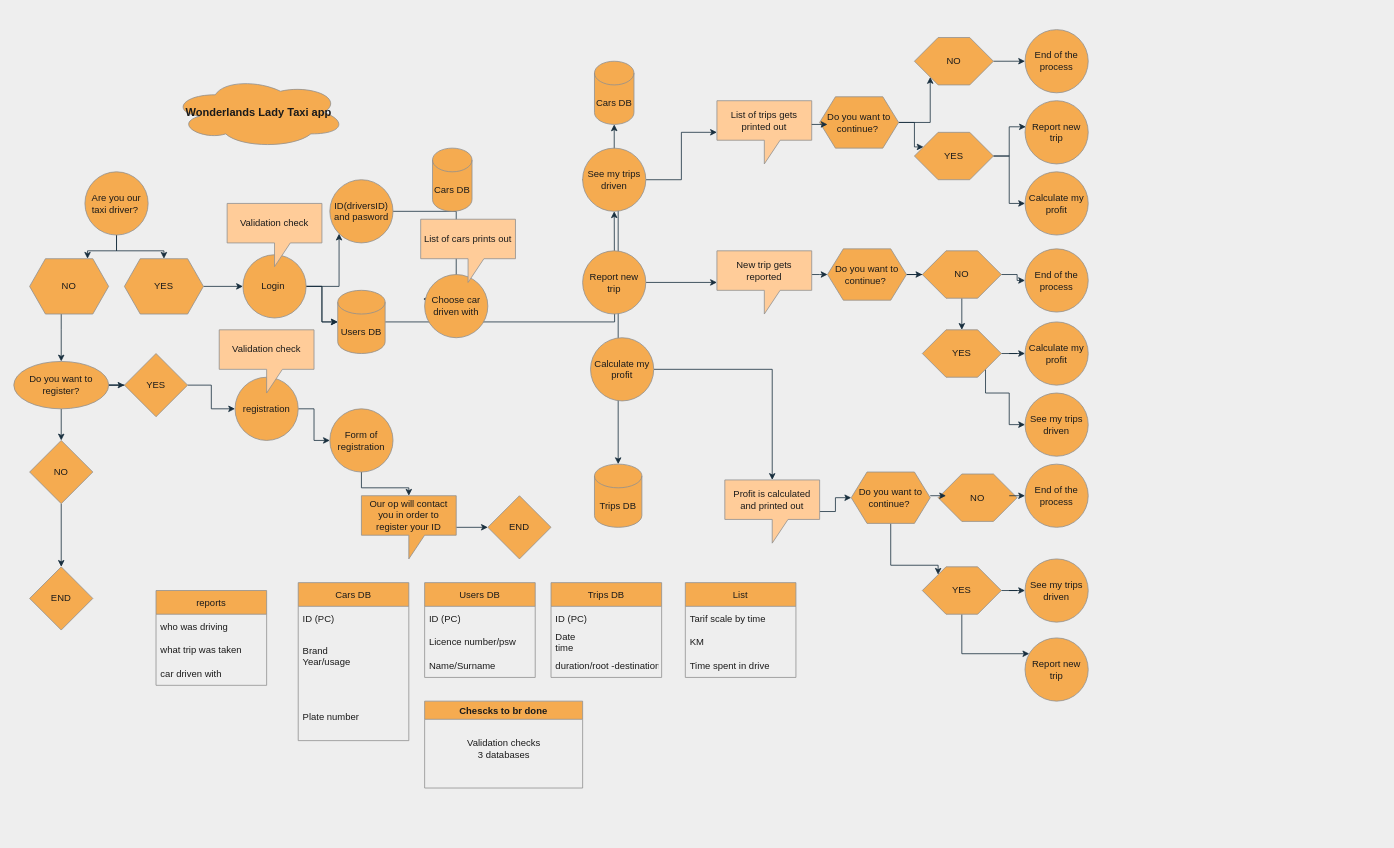
Energotika/SGT31 keeps this draw.io diagram as Untitled Diagram.drawio. Above is the earlier version. Source tidied: cells renumbered, new cells numbered last; positions are measured from the earlier drawing's top-left corner, leaving out a move shared by most shapes. Both pictures are drawn from the tidied source at 79%, with x=0, y=0 at pixel (13, 29).
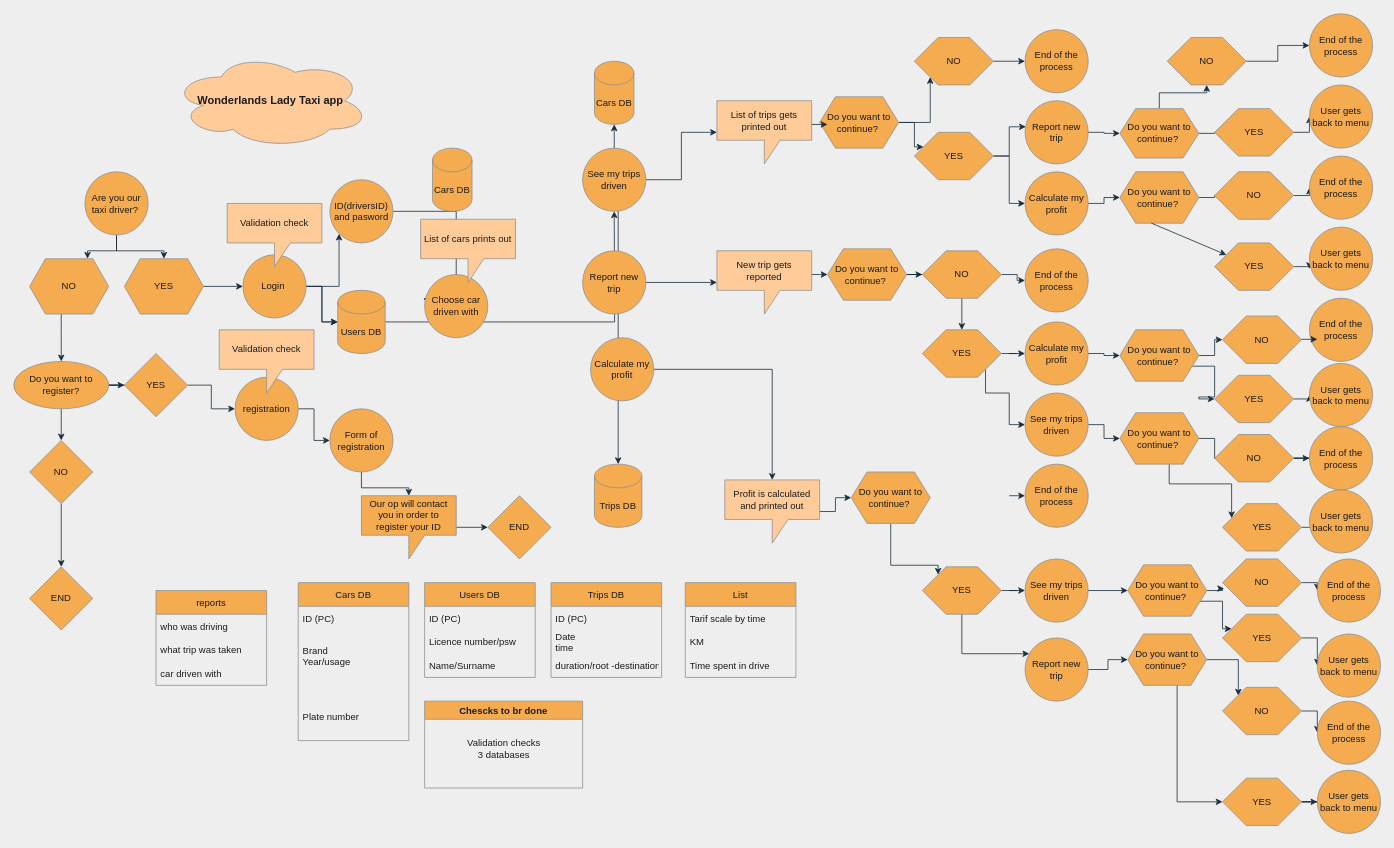
Above is the later version.

The change refers to these unchanged cells:
```xml
<mxCell id="82" value="Report new trip" style="ellipse;whiteSpace=wrap;html=1;strokeColor=#909090;fontColor=#1A1A1A;fillColor=#F5AB50;" parent="1" vertex="1">
  <mxGeometry x="1280" y="90" width="80" height="80" as="geometry" />
</mxCell>
<mxCell id="83" value="Calculate my profit" style="ellipse;whiteSpace=wrap;html=1;strokeColor=#909090;fontColor=#1A1A1A;fillColor=#F5AB50;" parent="1" vertex="1">
  <mxGeometry x="1280" y="180" width="80" height="80" as="geometry" />
</mxCell>
<mxCell id="94" value="Calculate my profit" style="ellipse;whiteSpace=wrap;html=1;strokeColor=#909090;fontColor=#1A1A1A;fillColor=#F5AB50;" parent="1" vertex="1">
  <mxGeometry x="1280" y="370" width="80" height="80" as="geometry" />
</mxCell>
<mxCell id="95" value="See my trips driven" style="ellipse;whiteSpace=wrap;html=1;strokeColor=#909090;fontColor=#1A1A1A;fillColor=#F5AB50;" parent="1" vertex="1">
  <mxGeometry x="1280" y="460" width="80" height="80" as="geometry" />
</mxCell>
<mxCell id="101" value="See my trips driven" style="ellipse;whiteSpace=wrap;html=1;strokeColor=#909090;fontColor=#1A1A1A;fillColor=#F5AB50;" parent="1" vertex="1">
  <mxGeometry x="1280" y="670" width="80" height="80" as="geometry" />
</mxCell>
<mxCell id="102" value="Report new trip" style="ellipse;whiteSpace=wrap;html=1;strokeColor=#909090;fontColor=#1A1A1A;fillColor=#F5AB50;" parent="1" vertex="1">
  <mxGeometry x="1280" y="770" width="80" height="80" as="geometry" />
</mxCell>
```

Diff of the diagram source:
```diff
@@
-    <mxCell id="52" value="&lt;b&gt;&lt;font style=&quot;font-size: 14px;&quot;&gt;Wonderlands Lady Taxi app&lt;/font&gt;&lt;/b&gt;" style="ellipse;shape=cloud;whiteSpace=wrap;html=1;fillColor=#F5AB50;strokeColor=#909090;fontColor=#1A1A1A;" parent="1" vertex="1">
-      <mxGeometry x="200" y="60" width="220" height="90" as="geometry" />
+    <mxCell id="52" value="&lt;b&gt;&lt;font style=&quot;font-size: 14px;&quot;&gt;Wonderlands Lady Taxi app&lt;/font&gt;&lt;/b&gt;" style="ellipse;shape=cloud;whiteSpace=wrap;html=1;fillColor=#FFCC99;strokeColor=#909090;fontColor=#1A1A1A;" parent="1" vertex="1">
+      <mxGeometry x="200" y="30" width="250" height="120" as="geometry" />
     </mxCell>
@@
+    <mxCell id="109" style="edgeStyle=orthogonalEdgeStyle;rounded=0;jettySize=auto;html=1;strokeColor=#182E3E;fontColor=#1A1A1A;" parent="1" edge="1" source="82" target="117">
+      <mxGeometry relative="1" as="geometry" />
+    </mxCell>
@@
+    <mxCell id="110" style="edgeStyle=orthogonalEdgeStyle;rounded=0;jettySize=auto;html=1;strokeColor=#182E3E;fontColor=#1A1A1A;" parent="1" edge="1" source="83" target="125">
+      <mxGeometry relative="1" as="geometry" />
+    </mxCell>
@@
+    <mxCell id="111" style="edgeStyle=orthogonalEdgeStyle;rounded=0;jettySize=auto;html=1;strokeColor=#182E3E;fontColor=#1A1A1A;" parent="1" edge="1" source="94" target="134">
+      <mxGeometry relative="1" as="geometry" />
+    </mxCell>
@@
+    <mxCell id="112" style="edgeStyle=orthogonalEdgeStyle;rounded=0;jettySize=auto;html=1;strokeColor=#182E3E;fontColor=#1A1A1A;" parent="1" edge="1" source="95" target="137">
+      <mxGeometry relative="1" as="geometry" />
+    </mxCell>
@@
-    <mxCell id="96" value="NO" style="shape=hexagon;perimeter=hexagonPerimeter2;whiteSpace=wrap;html=1;fixedSize=1;strokeColor=#909090;fontColor=#1A1A1A;fillColor=#F5AB50;size=30;" parent="1" vertex="1">
-      <mxGeometry x="1170" y="562.5" width="100" height="60" as="geometry" />
-    </mxCell>
@@
+    <mxCell id="113" style="edgeStyle=orthogonalEdgeStyle;rounded=0;jettySize=auto;html=1;strokeColor=#182E3E;fontColor=#1A1A1A;" parent="1" edge="1" source="101" target="140">
+      <mxGeometry relative="1" as="geometry" />
+    </mxCell>
@@
+    <mxCell id="114" style="edgeStyle=orthogonalEdgeStyle;rounded=0;jettySize=auto;html=1;strokeColor=#182E3E;fontColor=#1A1A1A;" parent="1" edge="1" source="102" target="143">
+      <mxGeometry relative="1" as="geometry" />
+    </mxCell>
@@
-    <mxCell id="107" style="endArrow=classic;html=1;rounded=0;strokeColor=#182E3E;fontColor=#1A1A1A;entryX=0.1;entryY=0.458;entryDx=0;entryDy=0;entryPerimeter=0;" parent="1" edge="1" target="96">
-      <mxGeometry relative="1" as="geometry">
-        <mxPoint x="1160" y="590" as="sourcePoint" />
-      </mxGeometry>
-    </mxCell>
@@
+    <mxCell id="115" style="edgeStyle=orthogonalEdgeStyle;rounded=0;jettySize=auto;html=1;strokeColor=#182E3E;fontColor=#1A1A1A;" parent="1" edge="1" source="117" target="120">
+      <mxGeometry relative="1" as="geometry" />
+    </mxCell>
+    <mxCell id="116" style="edgeStyle=orthogonalEdgeStyle;rounded=0;jettySize=auto;html=1;strokeColor=#182E3E;fontColor=#1A1A1A;" parent="1" edge="1" source="117" target="122">
+      <mxGeometry relative="1" as="geometry" />
+    </mxCell>
+    <mxCell id="117" value="Do you want to continue?&amp;nbsp;" style="shape=hexagon;perimeter=hexagonPerimeter2;whiteSpace=wrap;html=1;fixedSize=1;strokeColor=#909090;fontColor=#1A1A1A;fillColor=#F5AB50;" parent="1" vertex="1">
+      <mxGeometry x="1400" y="100" width="100" height="62.5" as="geometry" />
+    </mxCell>
+    <mxCell id="118" value="End of the process" style="ellipse;whiteSpace=wrap;html=1;fillColor=#F5AB50;strokeColor=#909090;fontColor=#1A1A1A;" parent="1" vertex="1">
+      <mxGeometry x="1640" y="-20" width="80" height="80" as="geometry" />
+    </mxCell>
+    <mxCell id="119" style="edgeStyle=orthogonalEdgeStyle;rounded=0;jettySize=auto;html=1;strokeColor=#182E3E;fontColor=#1A1A1A;" parent="1" edge="1" source="120" target="118">
+      <mxGeometry relative="1" as="geometry" />
+    </mxCell>
+    <mxCell id="120" value="NO" style="shape=hexagon;perimeter=hexagonPerimeter2;whiteSpace=wrap;html=1;fixedSize=1;strokeColor=#909090;fontColor=#1A1A1A;fillColor=#F5AB50;size=30;" parent="1" vertex="1">
+      <mxGeometry x="1460" y="10" width="100" height="60" as="geometry" />
+    </mxCell>
+    <mxCell id="121" style="edgeStyle=orthogonalEdgeStyle;rounded=0;jettySize=auto;html=1;strokeColor=#182E3E;fontColor=#1A1A1A;" parent="1" edge="1" source="122" target="123">
+      <mxGeometry relative="1" as="geometry" />
+    </mxCell>
+    <mxCell id="122" value="YES" style="shape=hexagon;perimeter=hexagonPerimeter2;whiteSpace=wrap;html=1;fixedSize=1;strokeColor=#909090;fontColor=#1A1A1A;fillColor=#F5AB50;size=30;" parent="1" vertex="1">
+      <mxGeometry x="1520" y="100" width="100" height="60" as="geometry" />
+    </mxCell>
+    <mxCell id="123" value="User gets back to menu" style="ellipse;whiteSpace=wrap;html=1;strokeColor=#909090;fontColor=#1A1A1A;fillColor=#F5AB50;" parent="1" vertex="1">
+      <mxGeometry x="1640" y="70" width="80" height="80" as="geometry" />
+    </mxCell>
+    <mxCell id="124" style="edgeStyle=orthogonalEdgeStyle;rounded=0;jettySize=auto;html=1;strokeColor=#182E3E;fontColor=#1A1A1A;" parent="1" edge="1" source="125" target="127">
+      <mxGeometry relative="1" as="geometry" />
+    </mxCell>
+    <mxCell id="125" value="Do you want to continue?&amp;nbsp;" style="shape=hexagon;perimeter=hexagonPerimeter2;whiteSpace=wrap;html=1;fixedSize=1;strokeColor=#909090;fontColor=#1A1A1A;fillColor=#F5AB50;" parent="1" vertex="1">
+      <mxGeometry x="1400" y="180" width="100" height="65" as="geometry" />
+    </mxCell>
+    <mxCell id="126" style="edgeStyle=orthogonalEdgeStyle;rounded=0;jettySize=auto;html=1;strokeColor=#182E3E;fontColor=#1A1A1A;" parent="1" edge="1" source="127" target="128">
+      <mxGeometry relative="1" as="geometry" />
+    </mxCell>
+    <mxCell id="127" value="NO" style="shape=hexagon;perimeter=hexagonPerimeter2;whiteSpace=wrap;html=1;fixedSize=1;strokeColor=#909090;fontColor=#1A1A1A;fillColor=#F5AB50;size=30;" parent="1" vertex="1">
+      <mxGeometry x="1520" y="180" width="100" height="60" as="geometry" />
+    </mxCell>
+    <mxCell id="128" value="End of the process" style="ellipse;whiteSpace=wrap;html=1;fillColor=#F5AB50;strokeColor=#909090;fontColor=#1A1A1A;" parent="1" vertex="1">
+      <mxGeometry x="1640" y="160" width="80" height="80" as="geometry" />
+    </mxCell>
+    <mxCell id="129" style="edgeStyle=orthogonalEdgeStyle;rounded=0;jettySize=auto;html=1;strokeColor=#182E3E;fontColor=#1A1A1A;" parent="1" edge="1" source="130">
+      <mxGeometry relative="1" as="geometry">
+        <mxPoint x="1640" y="302.5" as="targetPoint" />
+      </mxGeometry>
+    </mxCell>
+    <mxCell id="130" value="YES" style="shape=hexagon;perimeter=hexagonPerimeter2;whiteSpace=wrap;html=1;fixedSize=1;strokeColor=#909090;fontColor=#1A1A1A;fillColor=#F5AB50;size=30;" parent="1" vertex="1">
+      <mxGeometry x="1520" y="270" width="100" height="60" as="geometry" />
+    </mxCell>
+    <mxCell id="131" style="endArrow=classic;html=1;rounded=0;strokeColor=#182E3E;fontColor=#1A1A1A;" parent="1" edge="1" target="130">
+      <mxGeometry relative="1" as="geometry">
+        <mxPoint x="1440" y="245" as="sourcePoint" />
+      </mxGeometry>
+    </mxCell>
+    <mxCell id="132" style="edgeStyle=orthogonalEdgeStyle;rounded=0;jettySize=auto;html=1;strokeColor=#182E3E;fontColor=#1A1A1A;" parent="1" edge="1" source="134" target="150">
+      <mxGeometry relative="1" as="geometry" />
+    </mxCell>
+    <mxCell id="133" style="edgeStyle=orthogonalEdgeStyle;rounded=0;jettySize=auto;html=1;exitX=1;exitY=0.75;exitDx=0;exitDy=0;strokeColor=#182E3E;fontColor=#1A1A1A;" parent="1" edge="1" source="134" target="157">
+      <mxGeometry relative="1" as="geometry" />
+    </mxCell>
+    <mxCell id="134" value="Do you want to continue?&amp;nbsp;" style="shape=hexagon;perimeter=hexagonPerimeter2;whiteSpace=wrap;html=1;fixedSize=1;strokeColor=#909090;fontColor=#1A1A1A;fillColor=#F5AB50;" parent="1" vertex="1">
+      <mxGeometry x="1400" y="380" width="100" height="65" as="geometry" />
+    </mxCell>
+    <mxCell id="135" style="edgeStyle=orthogonalEdgeStyle;rounded=0;jettySize=auto;html=1;strokeColor=#182E3E;fontColor=#1A1A1A;" parent="1" edge="1" source="137" target="153">
+      <mxGeometry relative="1" as="geometry" />
+    </mxCell>
+    <mxCell id="136" style="edgeStyle=orthogonalEdgeStyle;rounded=0;jettySize=auto;html=1;exitX=0.625;exitY=1;exitDx=0;exitDy=0;entryX=0;entryY=0.25;entryDx=0;entryDy=0;strokeColor=#182E3E;fontColor=#1A1A1A;" parent="1" edge="1" source="137" target="159">
+      <mxGeometry relative="1" as="geometry" />
+    </mxCell>
+    <mxCell id="137" value="Do you want to continue?&amp;nbsp;" style="shape=hexagon;perimeter=hexagonPerimeter2;whiteSpace=wrap;html=1;fixedSize=1;strokeColor=#909090;fontColor=#1A1A1A;fillColor=#F5AB50;" parent="1" vertex="1">
+      <mxGeometry x="1400" y="485" width="100" height="65" as="geometry" />
+    </mxCell>
+    <mxCell id="138" style="edgeStyle=orthogonalEdgeStyle;rounded=0;jettySize=auto;html=1;entryX=0.02;entryY=0.625;entryDx=0;entryDy=0;entryPerimeter=0;strokeColor=#182E3E;fontColor=#1A1A1A;" parent="1" edge="1" source="140" target="145">
+      <mxGeometry relative="1" as="geometry" />
+    </mxCell>
+    <mxCell id="139" style="edgeStyle=orthogonalEdgeStyle;rounded=0;jettySize=auto;html=1;exitX=1;exitY=0.75;exitDx=0;exitDy=0;entryX=0;entryY=0.25;entryDx=0;entryDy=0;strokeColor=#182E3E;fontColor=#1A1A1A;" parent="1" edge="1" source="140" target="161">
+      <mxGeometry relative="1" as="geometry" />
+    </mxCell>
+    <mxCell id="140" value="Do you want to continue?&amp;nbsp;" style="shape=hexagon;perimeter=hexagonPerimeter2;whiteSpace=wrap;html=1;fixedSize=1;strokeColor=#909090;fontColor=#1A1A1A;fillColor=#F5AB50;" parent="1" vertex="1">
+      <mxGeometry x="1410" y="677.5" width="100" height="65" as="geometry" />
+    </mxCell>
+    <mxCell id="141" style="edgeStyle=orthogonalEdgeStyle;rounded=0;jettySize=auto;html=1;entryX=0.2;entryY=0.175;entryDx=0;entryDy=0;entryPerimeter=0;strokeColor=#182E3E;fontColor=#1A1A1A;" parent="1" edge="1" source="143" target="148">
+      <mxGeometry relative="1" as="geometry" />
+    </mxCell>
+    <mxCell id="142" style="edgeStyle=orthogonalEdgeStyle;rounded=0;jettySize=auto;html=1;exitX=0.625;exitY=1;exitDx=0;exitDy=0;entryX=0;entryY=0.5;entryDx=0;entryDy=0;strokeColor=#182E3E;fontColor=#1A1A1A;" parent="1" edge="1" source="143" target="163">
+      <mxGeometry relative="1" as="geometry" />
+    </mxCell>
+    <mxCell id="143" value="Do you want to continue?&amp;nbsp;" style="shape=hexagon;perimeter=hexagonPerimeter2;whiteSpace=wrap;html=1;fixedSize=1;strokeColor=#909090;fontColor=#1A1A1A;fillColor=#F5AB50;" parent="1" vertex="1">
+      <mxGeometry x="1410" y="765" width="100" height="65" as="geometry" />
+    </mxCell>
+    <mxCell id="144" style="edgeStyle=orthogonalEdgeStyle;rounded=0;jettySize=auto;html=1;strokeColor=#182E3E;fontColor=#1A1A1A;" parent="1" edge="1" source="145" target="146">
+      <mxGeometry relative="1" as="geometry" />
+    </mxCell>
+    <mxCell id="145" value="NO" style="shape=hexagon;perimeter=hexagonPerimeter2;whiteSpace=wrap;html=1;fixedSize=1;strokeColor=#909090;fontColor=#1A1A1A;fillColor=#F5AB50;size=30;" parent="1" vertex="1">
+      <mxGeometry x="1530" y="670" width="100" height="60" as="geometry" />
+    </mxCell>
+    <mxCell id="146" value="End of the process" style="ellipse;whiteSpace=wrap;html=1;fillColor=#F5AB50;strokeColor=#909090;fontColor=#1A1A1A;" parent="1" vertex="1">
+      <mxGeometry x="1650" y="670" width="80" height="80" as="geometry" />
+    </mxCell>
+    <mxCell id="147" style="edgeStyle=orthogonalEdgeStyle;rounded=0;jettySize=auto;html=1;strokeColor=#182E3E;fontColor=#1A1A1A;" parent="1" edge="1" source="148" target="149">
+      <mxGeometry relative="1" as="geometry" />
+    </mxCell>
+    <mxCell id="148" value="NO" style="shape=hexagon;perimeter=hexagonPerimeter2;whiteSpace=wrap;html=1;fixedSize=1;strokeColor=#909090;fontColor=#1A1A1A;fillColor=#F5AB50;size=30;" parent="1" vertex="1">
+      <mxGeometry x="1530" y="832.5" width="100" height="60" as="geometry" />
+    </mxCell>
+    <mxCell id="149" value="End of the process" style="ellipse;whiteSpace=wrap;html=1;fillColor=#F5AB50;strokeColor=#909090;fontColor=#1A1A1A;" parent="1" vertex="1">
+      <mxGeometry x="1650" y="850" width="80" height="80" as="geometry" />
+    </mxCell>
+    <mxCell id="150" value="NO" style="shape=hexagon;perimeter=hexagonPerimeter2;whiteSpace=wrap;html=1;fixedSize=1;strokeColor=#909090;fontColor=#1A1A1A;fillColor=#F5AB50;size=30;" parent="1" vertex="1">
+      <mxGeometry x="1530" y="362.5" width="100" height="60" as="geometry" />
+    </mxCell>
+    <mxCell id="151" value="End of the process" style="ellipse;whiteSpace=wrap;html=1;fillColor=#F5AB50;strokeColor=#909090;fontColor=#1A1A1A;" parent="1" vertex="1">
+      <mxGeometry x="1640" y="340" width="80" height="80" as="geometry" />
+    </mxCell>
+    <mxCell id="152" style="edgeStyle=orthogonalEdgeStyle;rounded=0;jettySize=auto;html=1;strokeColor=#182E3E;fontColor=#1A1A1A;" parent="1" edge="1" source="153" target="154">
+      <mxGeometry relative="1" as="geometry" />
+    </mxCell>
+    <mxCell id="153" value="NO" style="shape=hexagon;perimeter=hexagonPerimeter2;whiteSpace=wrap;html=1;fixedSize=1;strokeColor=#909090;fontColor=#1A1A1A;fillColor=#F5AB50;size=30;" parent="1" vertex="1">
+      <mxGeometry x="1520" y="512.5" width="100" height="60" as="geometry" />
+    </mxCell>
+    <mxCell id="154" value="End of the process" style="ellipse;whiteSpace=wrap;html=1;fillColor=#F5AB50;strokeColor=#909090;fontColor=#1A1A1A;" parent="1" vertex="1">
+      <mxGeometry x="1640" y="502.5" width="80" height="80" as="geometry" />
+    </mxCell>
+    <mxCell id="155" style="endArrow=classic;html=1;rounded=0;strokeColor=#182E3E;fontColor=#1A1A1A;" parent="1" edge="1">
+      <mxGeometry relative="1" as="geometry">
+        <mxPoint x="1630" y="392" as="sourcePoint" />
+        <mxPoint x="1650" y="392" as="targetPoint" />
+      </mxGeometry>
+    </mxCell>
+    <mxCell id="156" style="edgeStyle=orthogonalEdgeStyle;rounded=0;jettySize=auto;html=1;strokeColor=#182E3E;fontColor=#1A1A1A;" parent="1" edge="1" source="157" target="165">
+      <mxGeometry relative="1" as="geometry" />
+    </mxCell>
+    <mxCell id="157" value="YES" style="shape=hexagon;perimeter=hexagonPerimeter2;whiteSpace=wrap;html=1;fixedSize=1;strokeColor=#909090;fontColor=#1A1A1A;fillColor=#F5AB50;size=30;" parent="1" vertex="1">
+      <mxGeometry x="1520" y="437.5" width="100" height="60" as="geometry" />
+    </mxCell>
+    <mxCell id="158" style="edgeStyle=orthogonalEdgeStyle;rounded=0;jettySize=auto;html=1;strokeColor=#182E3E;fontColor=#1A1A1A;" parent="1" edge="1" source="159" target="166">
+      <mxGeometry relative="1" as="geometry" />
+    </mxCell>
+    <mxCell id="159" value="YES" style="shape=hexagon;perimeter=hexagonPerimeter2;whiteSpace=wrap;html=1;fixedSize=1;strokeColor=#909090;fontColor=#1A1A1A;fillColor=#F5AB50;size=30;" parent="1" vertex="1">
+      <mxGeometry x="1530" y="600" width="100" height="60" as="geometry" />
+    </mxCell>
+    <mxCell id="160" style="edgeStyle=orthogonalEdgeStyle;rounded=0;jettySize=auto;html=1;strokeColor=#182E3E;fontColor=#1A1A1A;" parent="1" edge="1" source="161" target="167">
+      <mxGeometry relative="1" as="geometry" />
+    </mxCell>
+    <mxCell id="161" value="YES" style="shape=hexagon;perimeter=hexagonPerimeter2;whiteSpace=wrap;html=1;fixedSize=1;strokeColor=#909090;fontColor=#1A1A1A;fillColor=#F5AB50;size=30;" parent="1" vertex="1">
+      <mxGeometry x="1530" y="740" width="100" height="60" as="geometry" />
+    </mxCell>
+    <mxCell id="162" style="edgeStyle=orthogonalEdgeStyle;rounded=0;jettySize=auto;html=1;strokeColor=#182E3E;fontColor=#1A1A1A;" parent="1" edge="1" source="163" target="168">
+      <mxGeometry relative="1" as="geometry" />
+    </mxCell>
+    <mxCell id="163" value="YES" style="shape=hexagon;perimeter=hexagonPerimeter2;whiteSpace=wrap;html=1;fixedSize=1;strokeColor=#909090;fontColor=#1A1A1A;fillColor=#F5AB50;size=30;" parent="1" vertex="1">
+      <mxGeometry x="1530" y="947.5" width="100" height="60" as="geometry" />
+    </mxCell>
+    <mxCell id="164" value="User gets back to menu" style="ellipse;whiteSpace=wrap;html=1;strokeColor=#909090;fontColor=#1A1A1A;fillColor=#F5AB50;" parent="1" vertex="1">
+      <mxGeometry x="1640" y="250" width="80" height="80" as="geometry" />
+    </mxCell>
+    <mxCell id="165" value="User gets back to menu" style="ellipse;whiteSpace=wrap;html=1;strokeColor=#909090;fontColor=#1A1A1A;fillColor=#F5AB50;" parent="1" vertex="1">
+      <mxGeometry x="1640" y="422.5" width="80" height="80" as="geometry" />
+    </mxCell>
+    <mxCell id="166" value="User gets back to menu" style="ellipse;whiteSpace=wrap;html=1;strokeColor=#909090;fontColor=#1A1A1A;fillColor=#F5AB50;" parent="1" vertex="1">
+      <mxGeometry x="1640" y="582.5" width="80" height="80" as="geometry" />
+    </mxCell>
+    <mxCell id="167" value="User gets back to menu" style="ellipse;whiteSpace=wrap;html=1;strokeColor=#909090;fontColor=#1A1A1A;fillColor=#F5AB50;" parent="1" vertex="1">
+      <mxGeometry x="1650" y="765" width="80" height="80" as="geometry" />
+    </mxCell>
+    <mxCell id="168" value="User gets back to menu" style="ellipse;whiteSpace=wrap;html=1;strokeColor=#909090;fontColor=#1A1A1A;fillColor=#F5AB50;" parent="1" vertex="1">
+      <mxGeometry x="1650" y="937.5" width="80" height="80" as="geometry" />
+    </mxCell>
```
